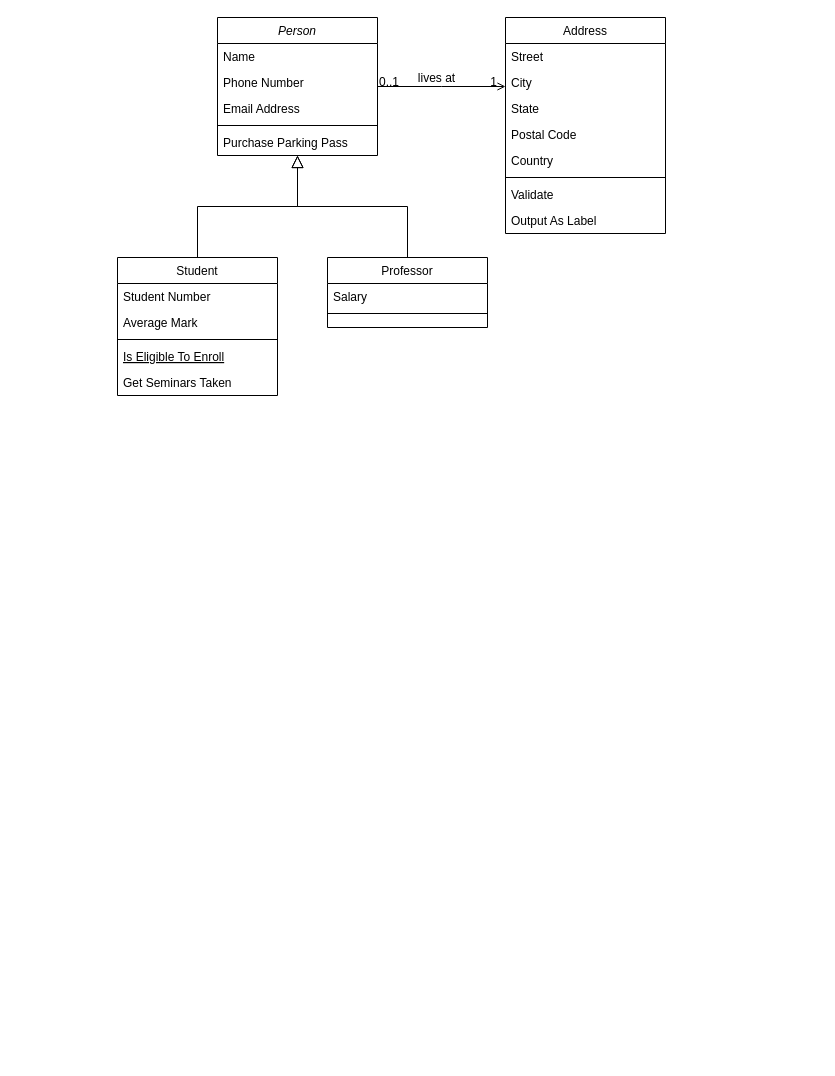
Before: 通信类图.drawio in wjaswdd/draw.io, a draw.io diagram. Source tidied: cells renumbered, new cells numbered last; positions are measured from the earlier drawing's top-left corner, leaving out a move shared by most shapes. Both pictures are drawn from the tidied source at 100%, with x=0, y=0 at pixel (117, 17).
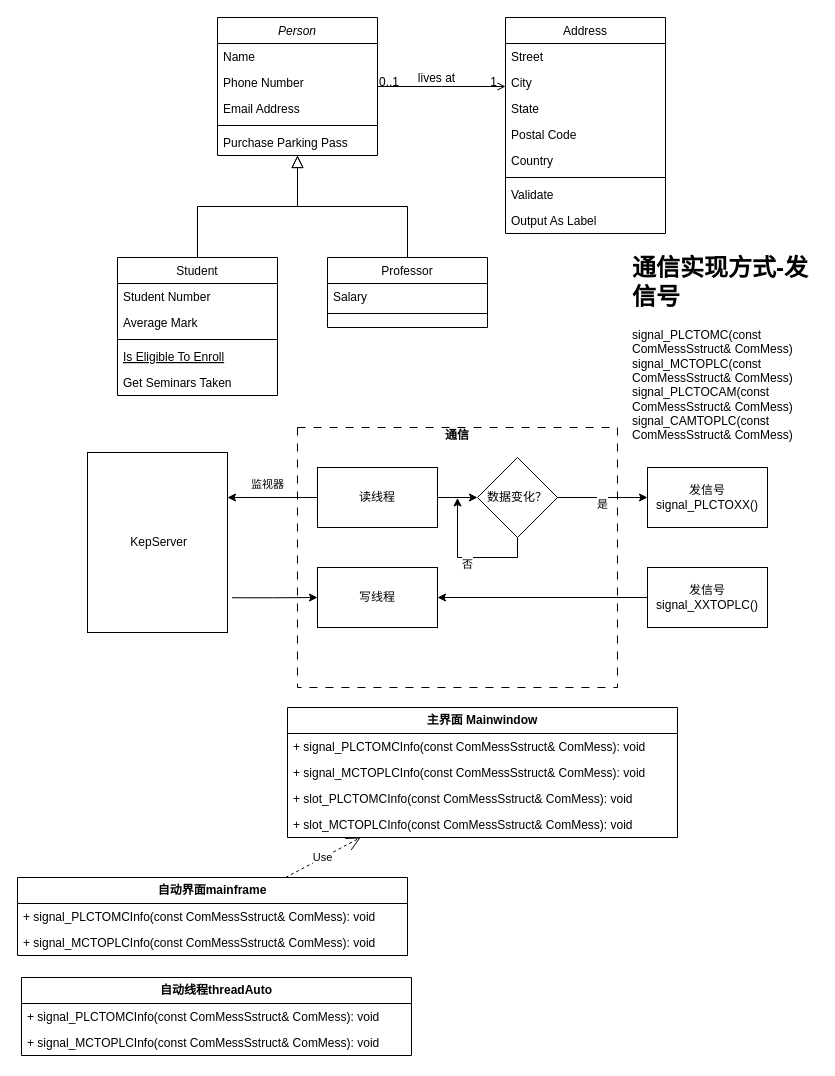
The same diagram, later.

Commit message:
更新通信类图.drawio

What changed in the source:
```diff
@@
+    <mxCell id="32" style="edgeStyle=orthogonalEdgeStyle;rounded=0;jettySize=auto;html=1;entryX=0;entryY=0.5;entryDx=0;entryDy=0;exitX=1.032;exitY=0.807;exitDx=0;exitDy=0;exitPerimeter=0;" parent="1" edge="1" source="33" target="37">
+      <mxGeometry relative="1" as="geometry" />
+    </mxCell>
+    <mxCell id="33" value="&lt;span style=&quot;white-space: pre;&quot;&gt; &lt;/span&gt;KepServer" style="rounded=0;whiteSpace=wrap;html=1;points=[[0,0,0,0,0],[0,0.25,0,0,0],[0,0.5,0,0,0],[0,0.75,0,0,0],[0,1,0,0,0],[0.25,0,0,0,0],[0.25,1,0,0,0],[0.5,0,0,0,0],[0.5,1,0,0,0],[0.75,0,0,0,0],[0.75,1,0,0,0],[1,0,0,0,0],[1,0.25,0,0,0],[1,0.5,0,0,0],[1,0.75,0,0,0],[1,1,0,0,0]];" parent="1" vertex="1">
+      <mxGeometry x="-30" y="435" width="140" height="180" as="geometry" />
+    </mxCell>
+    <mxCell id="34" value="&#10;通信" style="swimlane;startSize=0;dashed=1;dashPattern=8 8;" parent="1" vertex="1">
+      <mxGeometry x="180" y="410" width="320" height="260" as="geometry" />
+    </mxCell>
+    <mxCell id="35" style="edgeStyle=orthogonalEdgeStyle;rounded=0;jettySize=auto;html=1;" parent="34" edge="1" source="36" target="39">
+      <mxGeometry relative="1" as="geometry" />
+    </mxCell>
+    <mxCell id="36" value="读线程" style="rounded=0;whiteSpace=wrap;html=1;" parent="34" vertex="1">
+      <mxGeometry x="20" y="40" width="120" height="60" as="geometry" />
+    </mxCell>
+    <mxCell id="37" value="写线程" style="rounded=0;whiteSpace=wrap;html=1;" parent="34" vertex="1">
+      <mxGeometry x="20" y="140" width="120" height="60" as="geometry" />
+    </mxCell>
+    <mxCell id="38" value="&lt;br&gt;否" style="edgeStyle=orthogonalEdgeStyle;rounded=0;jettySize=auto;html=1;exitX=0.5;exitY=1;exitDx=0;exitDy=0;" parent="34" edge="1" source="39">
+      <mxGeometry relative="1" as="geometry">
+        <mxPoint x="160" y="70" as="targetPoint" />
+      </mxGeometry>
+    </mxCell>
+    <mxCell id="39" value="数据变化？" style="rhombus;whiteSpace=wrap;html=1;rounded=0;" parent="34" vertex="1">
+      <mxGeometry x="180" y="30" width="80" height="80" as="geometry" />
+    </mxCell>
+    <mxCell id="40" value="&lt;br&gt;监视器" style="edgeStyle=orthogonalEdgeStyle;rounded=0;jettySize=auto;html=1;entryX=1;entryY=0.25;entryDx=0;entryDy=0;entryPerimeter=0;" parent="1" edge="1" source="36" target="33">
+      <mxGeometry x="0.11" y="-20" relative="1" as="geometry" />
+    </mxCell>
+    <mxCell id="41" value="发信号signal_PLCTOXX()" style="whiteSpace=wrap;html=1;rounded=0;" parent="1" vertex="1">
+      <mxGeometry x="530" y="450" width="120" height="60" as="geometry" />
+    </mxCell>
+    <mxCell id="42" value="&lt;br&gt;是" style="edgeStyle=orthogonalEdgeStyle;rounded=0;jettySize=auto;html=1;entryX=0;entryY=0.5;entryDx=0;entryDy=0;" parent="1" edge="1" source="39" target="41">
+      <mxGeometry relative="1" as="geometry" />
+    </mxCell>
+    <mxCell id="43" style="edgeStyle=orthogonalEdgeStyle;rounded=0;jettySize=auto;html=1;entryX=1;entryY=0.5;entryDx=0;entryDy=0;" parent="1" edge="1" source="44" target="37">
+      <mxGeometry relative="1" as="geometry" />
+    </mxCell>
+    <mxCell id="44" value="发信号signal_XXTOPLC()" style="rounded=0;whiteSpace=wrap;html=1;" parent="1" vertex="1">
+      <mxGeometry x="530" y="550" width="120" height="60" as="geometry" />
+    </mxCell>
+    <mxCell id="45" value="&lt;h1&gt;通信实现方式-发信号&lt;/h1&gt;&lt;div&gt;signal_PLCTOMC(const ComMessSstruct&amp;amp; ComMess)&lt;/div&gt;&lt;div&gt;signal_MCTOPLC(const ComMessSstruct&amp;amp; ComMess)&lt;/div&gt;&lt;div&gt;&lt;div style=&quot;border-color: var(--border-color);&quot;&gt;signal_PLCTOCAM(const ComMessSstruct&amp;amp; ComMess)&lt;/div&gt;&lt;div style=&quot;border-color: var(--border-color);&quot;&gt;signal_CAMTOPLC(const ComMessSstruct&amp;amp; ComMess)&lt;/div&gt;&lt;/div&gt;" style="text;html=1;strokeColor=none;fillColor=none;spacing=5;spacingTop=-20;whiteSpace=wrap;overflow=hidden;rounded=0;" parent="1" vertex="1">
+      <mxGeometry x="510" y="231" width="190" height="204" as="geometry" />
+    </mxCell>
+    <mxCell id="46" value="&lt;b&gt;主界面 Mainwindow&lt;/b&gt;" style="swimlane;fontStyle=0;horizontal=1;startSize=26;fillColor=none;whiteSpace=wrap;html=1;" parent="1" vertex="1">
+      <mxGeometry x="170" y="690" width="390" height="130" as="geometry" />
+    </mxCell>
+    <mxCell id="47" value="+ signal_PLCTOMCInfo(const ComMessSstruct&amp;amp; ComMess): void" style="text;strokeColor=none;fillColor=none;align=left;verticalAlign=top;spacingLeft=4;spacingRight=4;overflow=hidden;whiteSpace=wrap;html=1;" parent="46" vertex="1">
+      <mxGeometry y="26" width="390" height="26" as="geometry" />
+    </mxCell>
+    <mxCell id="48" value="+ signal_MCTOPLCInfo(const ComMessSstruct&amp;amp; ComMess): void" style="text;strokeColor=none;fillColor=none;align=left;verticalAlign=top;spacingLeft=4;spacingRight=4;overflow=hidden;whiteSpace=wrap;html=1;" parent="46" vertex="1">
+      <mxGeometry y="52" width="390" height="26" as="geometry" />
+    </mxCell>
+    <mxCell id="49" value="+ slot_PLCTOMCInfo(const ComMessSstruct&amp;amp; ComMess): void" style="text;strokeColor=none;fillColor=none;align=left;verticalAlign=top;spacingLeft=4;spacingRight=4;overflow=hidden;whiteSpace=wrap;html=1;" parent="46" vertex="1">
+      <mxGeometry y="78" width="390" height="26" as="geometry" />
+    </mxCell>
+    <mxCell id="50" value="+ slot_MCTOPLCInfo(const ComMessSstruct&amp;amp; ComMess): void" style="text;strokeColor=none;fillColor=none;align=left;verticalAlign=top;spacingLeft=4;spacingRight=4;overflow=hidden;whiteSpace=wrap;html=1;" parent="46" vertex="1">
+      <mxGeometry y="104" width="390" height="26" as="geometry" />
+    </mxCell>
+    <mxCell id="51" value="&lt;b&gt;自动界面mainframe&lt;/b&gt;" style="swimlane;fontStyle=0;horizontal=1;startSize=26;fillColor=none;whiteSpace=wrap;html=1;" parent="1" vertex="1">
+      <mxGeometry x="-100" y="860" width="390" height="78" as="geometry" />
+    </mxCell>
+    <mxCell id="52" value="+ signal_PLCTOMCInfo(const ComMessSstruct&amp;amp; ComMess): void" style="text;strokeColor=none;fillColor=none;align=left;verticalAlign=top;spacingLeft=4;spacingRight=4;overflow=hidden;whiteSpace=wrap;html=1;" parent="51" vertex="1">
+      <mxGeometry y="26" width="390" height="26" as="geometry" />
+    </mxCell>
+    <mxCell id="53" value="+ signal_MCTOPLCInfo(const ComMessSstruct&amp;amp; ComMess): void" style="text;strokeColor=none;fillColor=none;align=left;verticalAlign=top;spacingLeft=4;spacingRight=4;overflow=hidden;whiteSpace=wrap;html=1;" parent="51" vertex="1">
+      <mxGeometry y="52" width="390" height="26" as="geometry" />
+    </mxCell>
+    <mxCell id="54" value="Use" style="endArrow=open;endSize=12;dashed=1;html=1;rounded=0;" parent="1" edge="1" source="51" target="46">
+      <mxGeometry relative="1" as="geometry" />
+    </mxCell>
+    <mxCell id="55" value="&lt;b&gt;自动线程threadAuto&lt;/b&gt;" style="swimlane;fontStyle=0;horizontal=1;startSize=26;fillColor=none;whiteSpace=wrap;html=1;" parent="1" vertex="1">
+      <mxGeometry x="-96" y="960" width="390" height="78" as="geometry" />
+    </mxCell>
+    <mxCell id="56" value="+ signal_PLCTOMCInfo(const ComMessSstruct&amp;amp; ComMess): void" style="text;strokeColor=none;fillColor=none;align=left;verticalAlign=top;spacingLeft=4;spacingRight=4;overflow=hidden;whiteSpace=wrap;html=1;" parent="55" vertex="1">
+      <mxGeometry y="26" width="390" height="26" as="geometry" />
+    </mxCell>
+    <mxCell id="57" value="+ signal_MCTOPLCInfo(const ComMessSstruct&amp;amp; ComMess): void" style="text;strokeColor=none;fillColor=none;align=left;verticalAlign=top;spacingLeft=4;spacingRight=4;overflow=hidden;whiteSpace=wrap;html=1;" parent="55" vertex="1">
+      <mxGeometry y="52" width="390" height="26" as="geometry" />
+    </mxCell>
```
